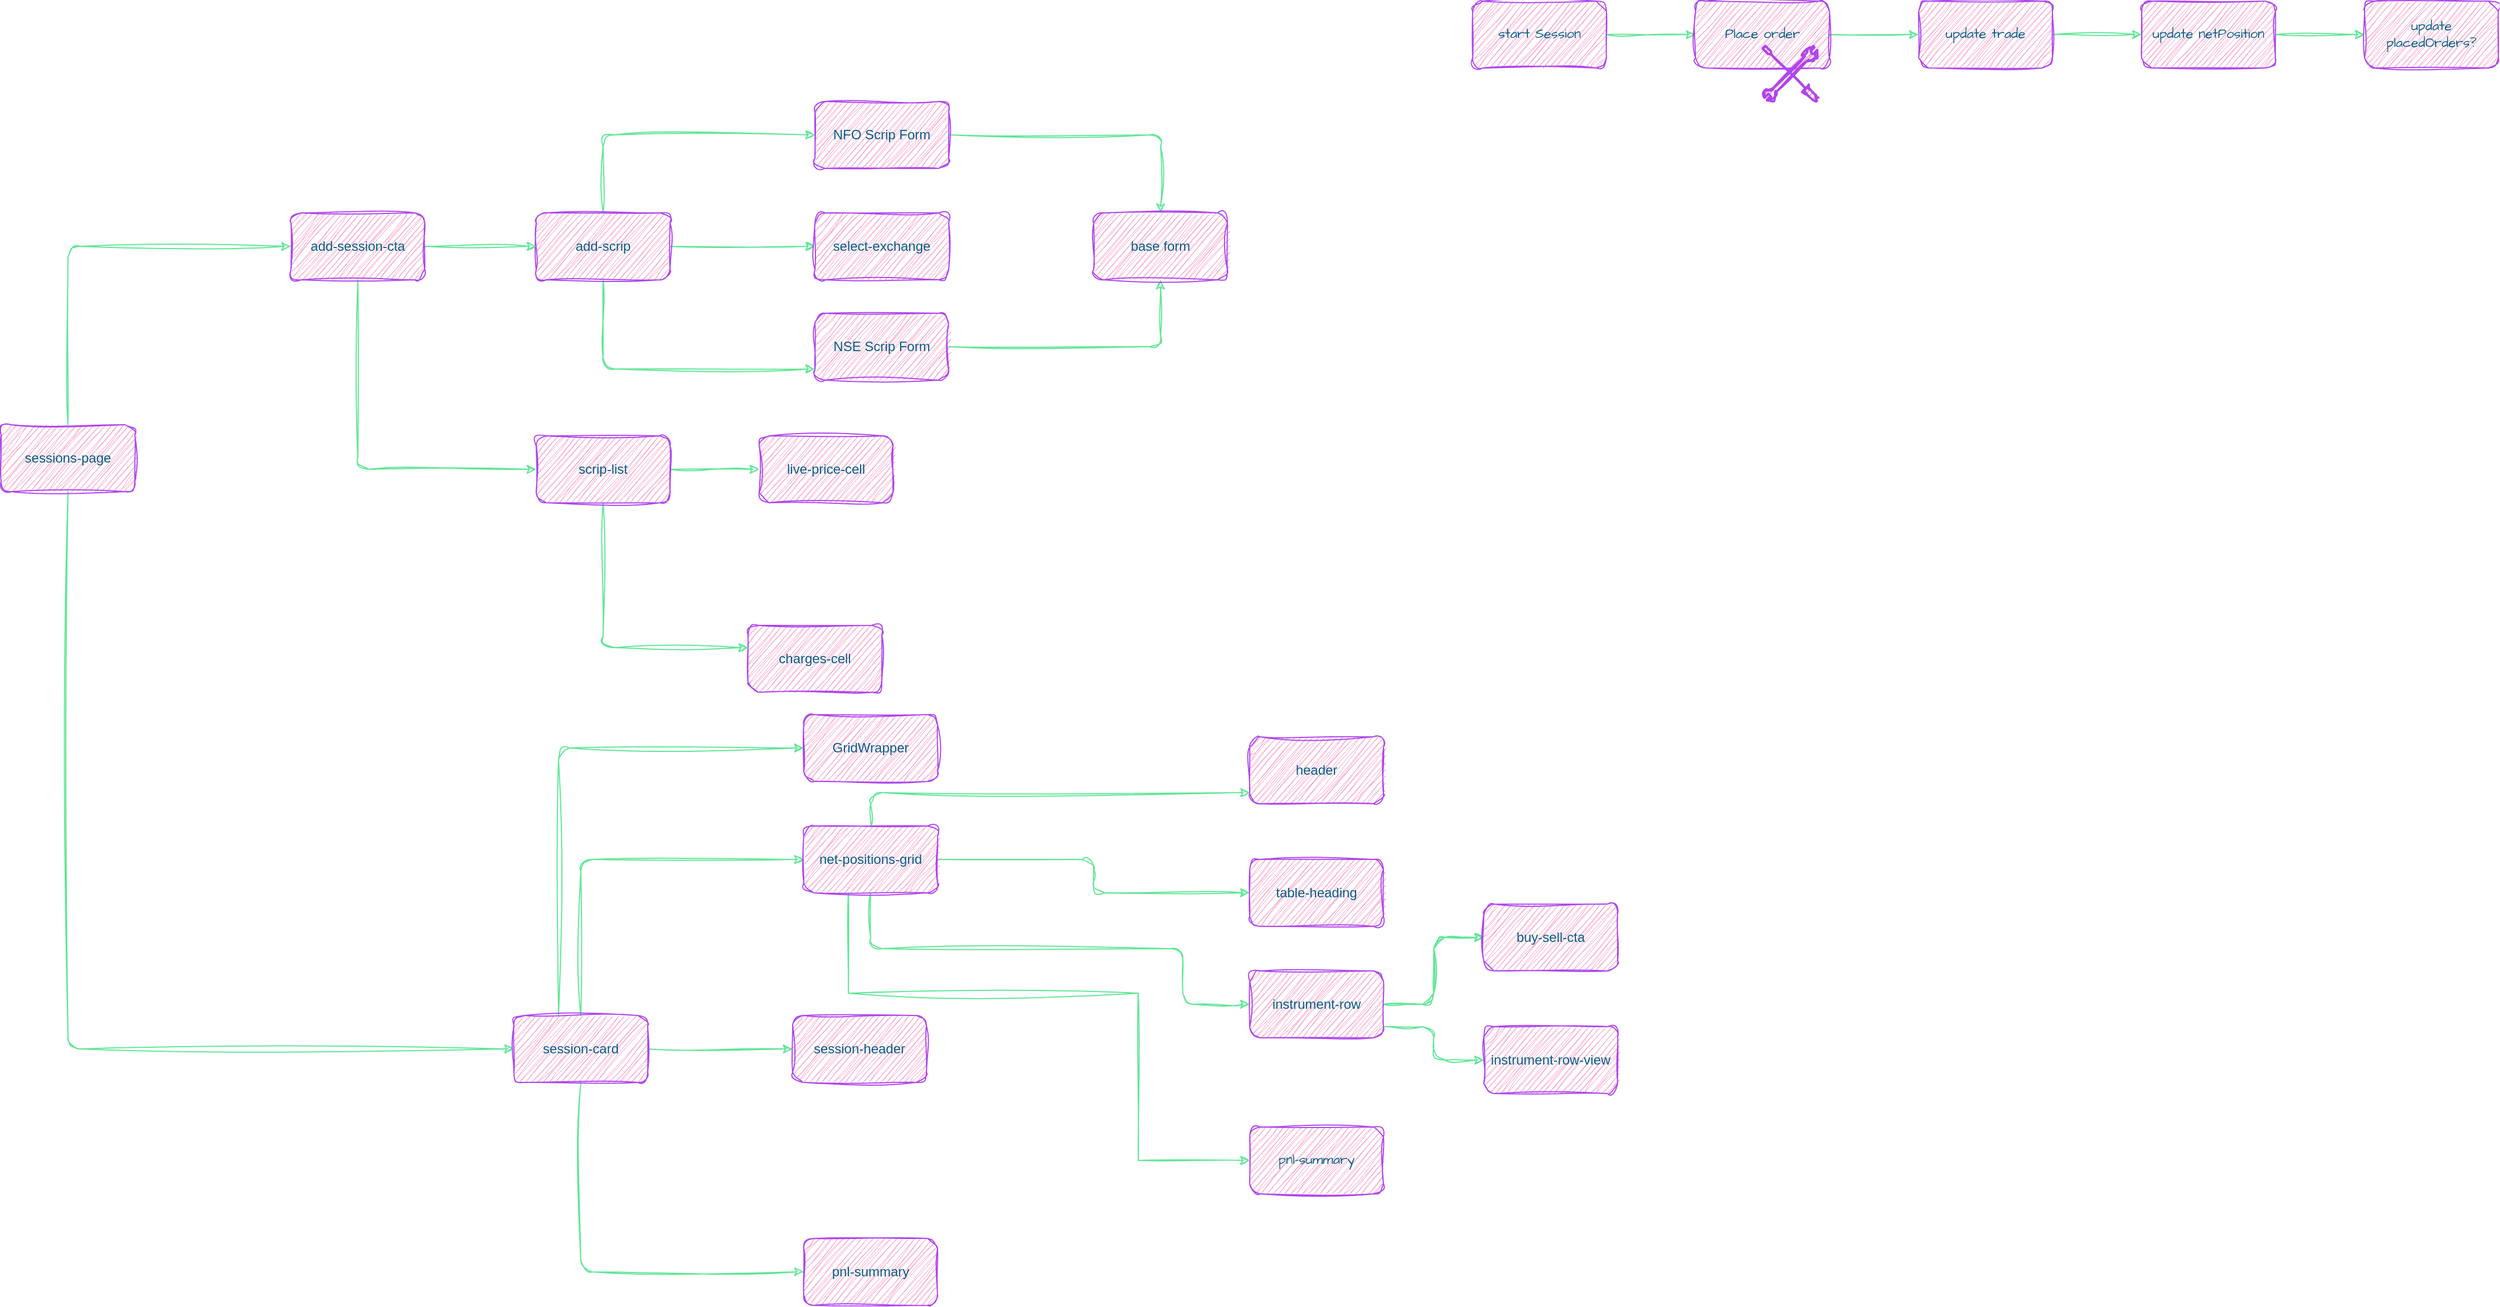
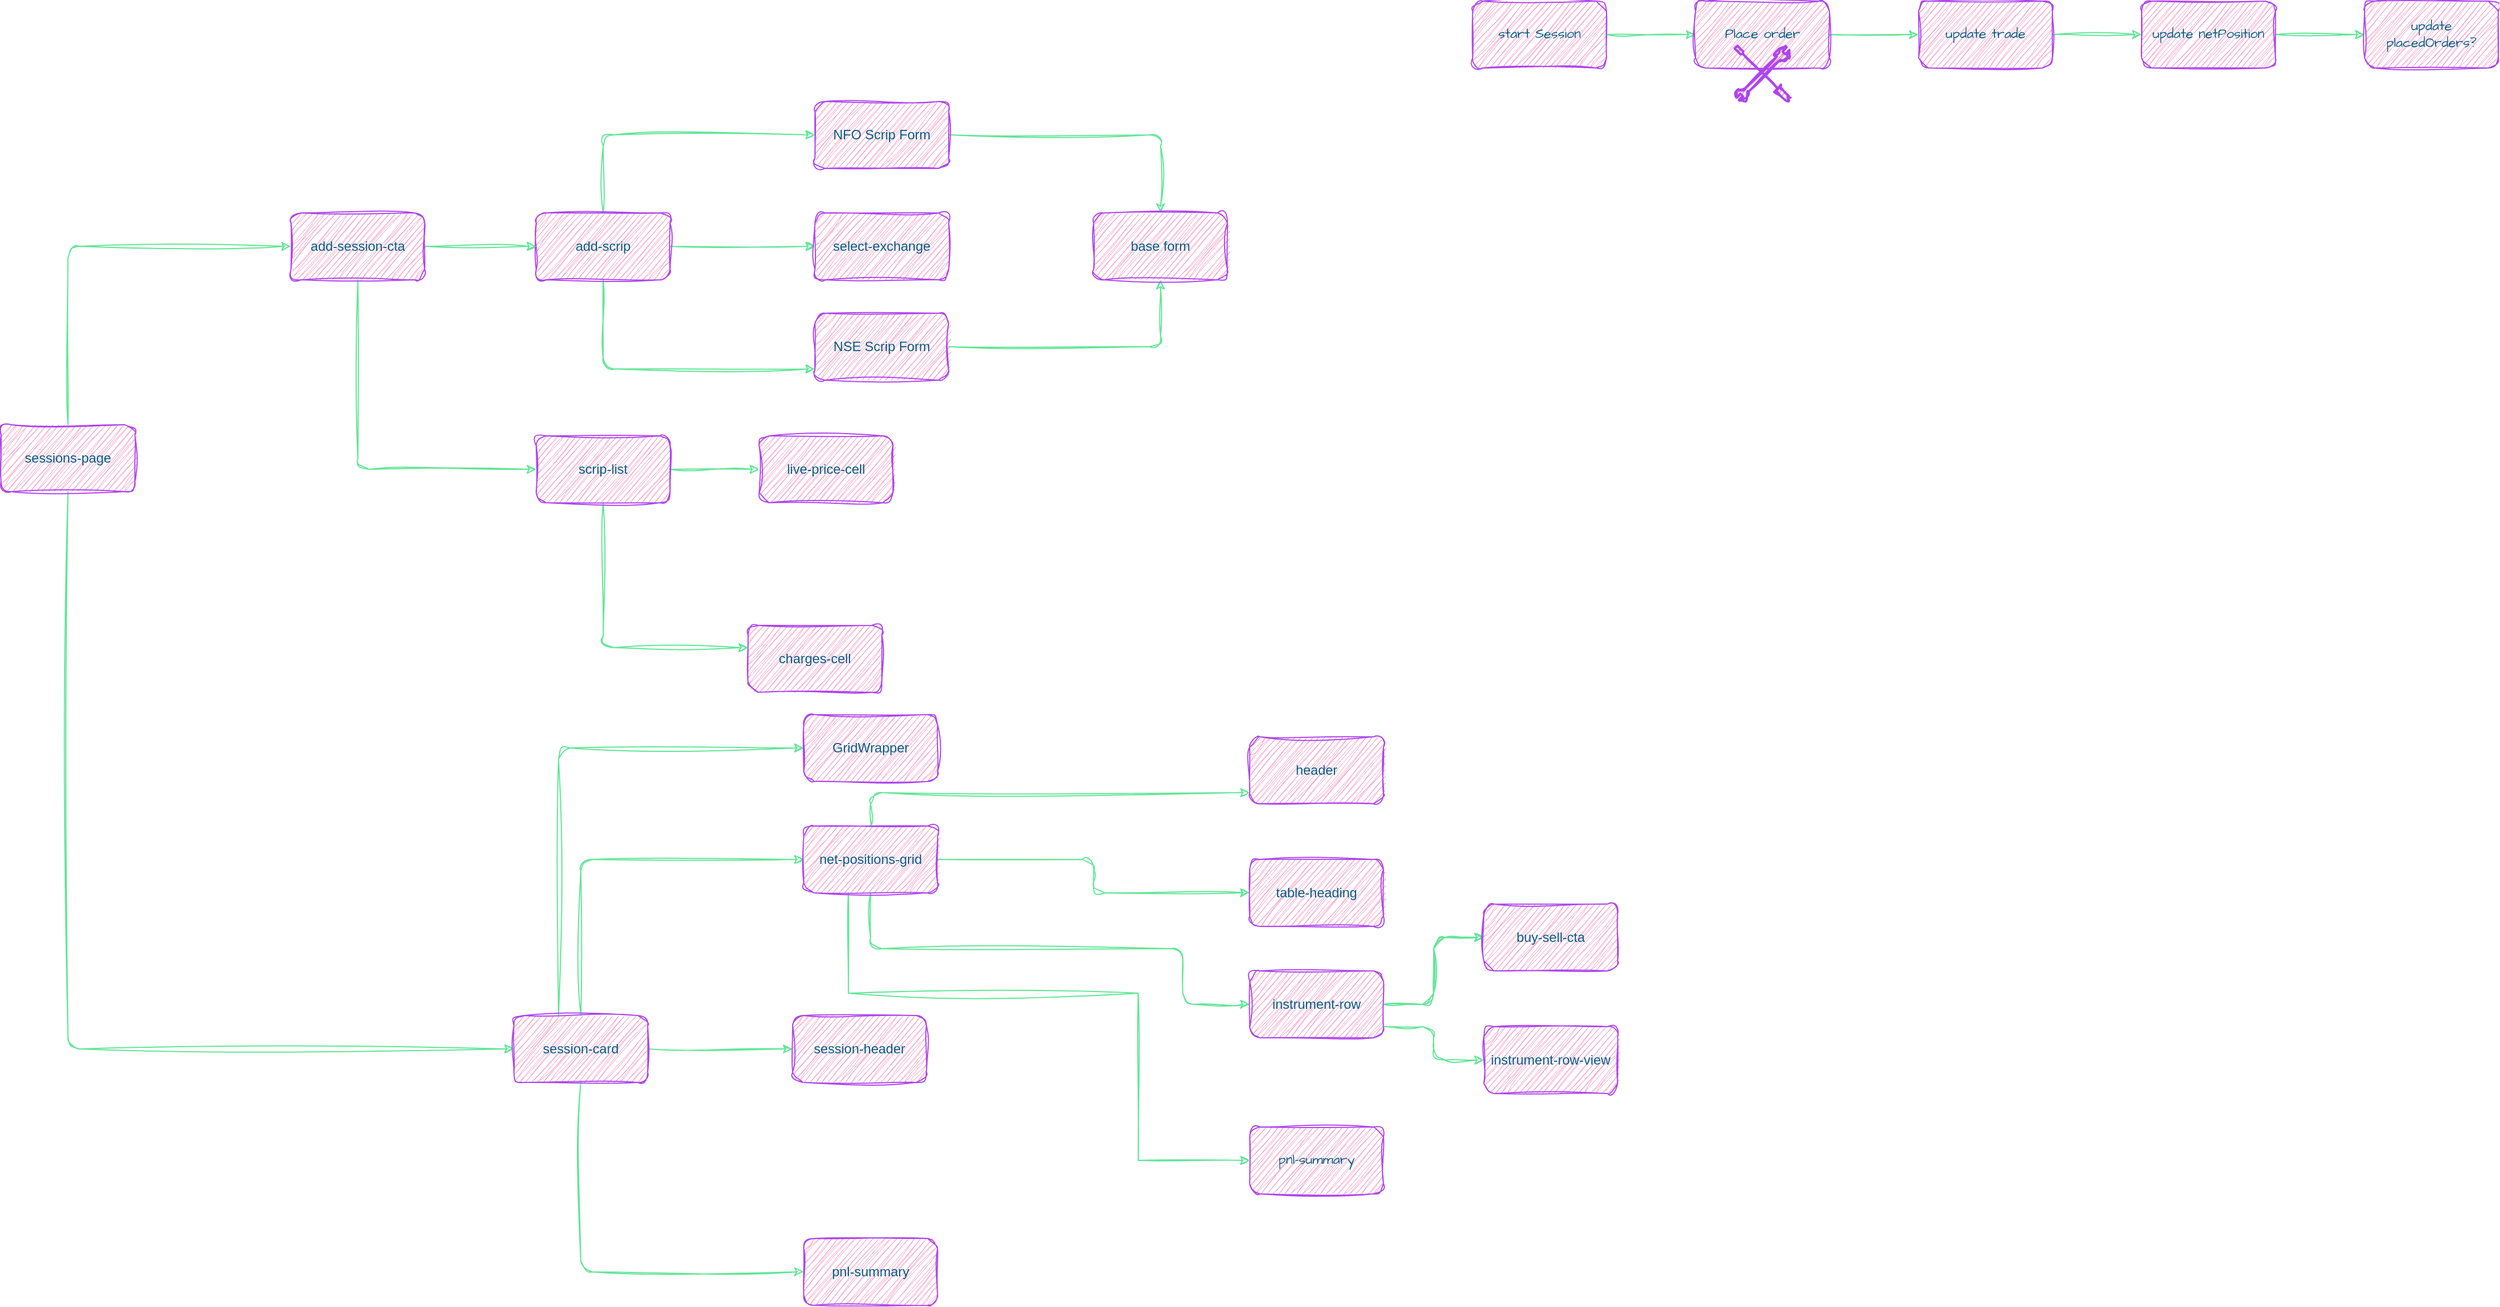
<mxfile host="app.diagrams.net" pages="5">
  <diagram id="wPQbEJP3DVO_ncDqMHqx" name="Sessions Page">
    <mxGraphModel dx="2395" dy="1443" grid="1" gridSize="10" guides="1" tooltips="1" connect="1" arrows="1" fold="1" page="0" pageScale="1" pageWidth="402" pageHeight="874" math="0" shadow="0">
      <root>
        <mxCell id="0" />
        <mxCell id="1" parent="0" />
        <mxCell id="DB1AKVm6qyutKQlFYAWD-6" edge="1" parent="1" source="DB1AKVm6qyutKQlFYAWD-1" style="edgeStyle=orthogonalEdgeStyle;rounded=1;orthogonalLoop=1;jettySize=auto;html=1;sketch=1;curveFitting=1;jiggle=2;labelBackgroundColor=none;fontColor=default;strokeColor=#60E696;" target="DB1AKVm6qyutKQlFYAWD-5" value="">
          <mxGeometry relative="1" as="geometry" />
        </mxCell>
        <mxCell id="DB1AKVm6qyutKQlFYAWD-8" edge="1" parent="1" source="DB1AKVm6qyutKQlFYAWD-1" style="edgeStyle=orthogonalEdgeStyle;rounded=1;orthogonalLoop=1;jettySize=auto;html=1;sketch=1;curveFitting=1;jiggle=2;labelBackgroundColor=none;fontColor=default;strokeColor=#60E696;" target="DB1AKVm6qyutKQlFYAWD-7" value="">
          <mxGeometry relative="1" as="geometry">
            <Array as="points">
              <mxPoint x="120" y="270" />
            </Array>
          </mxGeometry>
        </mxCell>
        <mxCell id="DB1AKVm6qyutKQlFYAWD-10" edge="1" parent="1" source="DB1AKVm6qyutKQlFYAWD-1" style="edgeStyle=orthogonalEdgeStyle;rounded=1;orthogonalLoop=1;jettySize=auto;html=1;sketch=1;curveFitting=1;jiggle=2;labelBackgroundColor=none;fontColor=default;strokeColor=#60E696;" target="DB1AKVm6qyutKQlFYAWD-9" value="">
          <mxGeometry relative="1" as="geometry">
            <Array as="points">
              <mxPoint x="120" y="60" />
            </Array>
          </mxGeometry>
        </mxCell>
        <mxCell id="DB1AKVm6qyutKQlFYAWD-1" parent="1" style="rounded=1;whiteSpace=wrap;html=1;sketch=1;curveFitting=1;jiggle=2;labelBackgroundColor=none;fillColor=#F694C1;strokeColor=#AF45ED;fontColor=#095C86;" value="add-scrip" vertex="1">
          <mxGeometry height="60" width="120" x="60" y="130" as="geometry" />
        </mxCell>
        <mxCell id="DB1AKVm6qyutKQlFYAWD-4" edge="1" parent="1" source="DB1AKVm6qyutKQlFYAWD-3" style="edgeStyle=orthogonalEdgeStyle;rounded=1;orthogonalLoop=1;jettySize=auto;html=1;sketch=1;curveFitting=1;jiggle=2;labelBackgroundColor=none;fontColor=default;strokeColor=#60E696;" target="DB1AKVm6qyutKQlFYAWD-1" value="">
          <mxGeometry relative="1" as="geometry" />
        </mxCell>
        <mxCell id="DB1AKVm6qyutKQlFYAWD-12" edge="1" parent="1" source="DB1AKVm6qyutKQlFYAWD-3" style="edgeStyle=orthogonalEdgeStyle;rounded=1;orthogonalLoop=1;jettySize=auto;html=1;sketch=1;curveFitting=1;jiggle=2;labelBackgroundColor=none;fontColor=default;strokeColor=#60E696;" target="DB1AKVm6qyutKQlFYAWD-11" value="">
          <mxGeometry relative="1" as="geometry">
            <Array as="points">
              <mxPoint x="-100" y="360" />
            </Array>
          </mxGeometry>
        </mxCell>
        <mxCell id="DB1AKVm6qyutKQlFYAWD-3" parent="1" style="rounded=1;whiteSpace=wrap;html=1;sketch=1;curveFitting=1;jiggle=2;labelBackgroundColor=none;fillColor=#F694C1;strokeColor=#AF45ED;fontColor=#095C86;" value="add-session-cta" vertex="1">
          <mxGeometry height="60" width="120" x="-160" y="130" as="geometry" />
        </mxCell>
        <mxCell id="DB1AKVm6qyutKQlFYAWD-5" parent="1" style="whiteSpace=wrap;html=1;rounded=1;sketch=1;curveFitting=1;jiggle=2;labelBackgroundColor=none;fillColor=#F694C1;strokeColor=#AF45ED;fontColor=#095C86;" value="select-exchange" vertex="1">
          <mxGeometry height="60" width="120" x="310" y="130" as="geometry" />
        </mxCell>
        <mxCell id="ouMAoqMrmdJ_XqpmxOQB-3" edge="1" parent="1" source="DB1AKVm6qyutKQlFYAWD-7" style="edgeStyle=orthogonalEdgeStyle;rounded=1;sketch=1;hachureGap=4;jiggle=2;curveFitting=1;orthogonalLoop=1;jettySize=auto;html=1;fontFamily=Architects Daughter;fontSource=https%3A%2F%2Ffonts.googleapis.com%2Fcss%3Ffamily%3DArchitects%2BDaughter;labelBackgroundColor=none;fontColor=default;strokeColor=#60E696;" target="ouMAoqMrmdJ_XqpmxOQB-1">
          <mxGeometry relative="1" as="geometry" />
        </mxCell>
        <mxCell id="DB1AKVm6qyutKQlFYAWD-7" parent="1" style="whiteSpace=wrap;html=1;rounded=1;sketch=1;curveFitting=1;jiggle=2;labelBackgroundColor=none;fillColor=#F694C1;strokeColor=#AF45ED;fontColor=#095C86;" value="NSE Scrip Form" vertex="1">
          <mxGeometry height="60" width="120" x="310" y="220" as="geometry" />
        </mxCell>
        <mxCell id="ouMAoqMrmdJ_XqpmxOQB-2" edge="1" parent="1" source="DB1AKVm6qyutKQlFYAWD-9" style="edgeStyle=orthogonalEdgeStyle;rounded=1;sketch=1;hachureGap=4;jiggle=2;curveFitting=1;orthogonalLoop=1;jettySize=auto;html=1;fontFamily=Architects Daughter;fontSource=https%3A%2F%2Ffonts.googleapis.com%2Fcss%3Ffamily%3DArchitects%2BDaughter;labelBackgroundColor=none;fontColor=default;strokeColor=#60E696;" target="ouMAoqMrmdJ_XqpmxOQB-1" value="">
          <mxGeometry relative="1" as="geometry" />
        </mxCell>
        <mxCell id="DB1AKVm6qyutKQlFYAWD-9" parent="1" style="whiteSpace=wrap;html=1;rounded=1;sketch=1;curveFitting=1;jiggle=2;labelBackgroundColor=none;fillColor=#F694C1;strokeColor=#AF45ED;fontColor=#095C86;" value="NFO Scrip Form" vertex="1">
          <mxGeometry height="60" width="120" x="310" y="30" as="geometry" />
        </mxCell>
        <mxCell id="ouMAoqMrmdJ_XqpmxOQB-15" edge="1" parent="1" source="DB1AKVm6qyutKQlFYAWD-11" style="edgeStyle=orthogonalEdgeStyle;rounded=1;sketch=1;hachureGap=4;jiggle=2;curveFitting=1;orthogonalLoop=1;jettySize=auto;html=1;fontFamily=Architects Daughter;fontSource=https%3A%2F%2Ffonts.googleapis.com%2Fcss%3Ffamily%3DArchitects%2BDaughter;labelBackgroundColor=none;fontColor=default;strokeColor=#60E696;" target="ouMAoqMrmdJ_XqpmxOQB-14" value="">
          <mxGeometry relative="1" as="geometry" />
        </mxCell>
        <mxCell id="ouMAoqMrmdJ_XqpmxOQB-17" edge="1" parent="1" source="DB1AKVm6qyutKQlFYAWD-11" style="edgeStyle=orthogonalEdgeStyle;rounded=1;sketch=1;hachureGap=4;jiggle=2;curveFitting=1;orthogonalLoop=1;jettySize=auto;html=1;fontFamily=Architects Daughter;fontSource=https%3A%2F%2Ffonts.googleapis.com%2Fcss%3Ffamily%3DArchitects%2BDaughter;labelBackgroundColor=none;fontColor=default;strokeColor=#60E696;" target="ouMAoqMrmdJ_XqpmxOQB-16" value="">
          <mxGeometry relative="1" as="geometry">
            <Array as="points">
              <mxPoint x="120" y="520" />
            </Array>
          </mxGeometry>
        </mxCell>
        <mxCell id="DB1AKVm6qyutKQlFYAWD-11" parent="1" style="whiteSpace=wrap;html=1;rounded=1;sketch=1;curveFitting=1;jiggle=2;labelBackgroundColor=none;fillColor=#F694C1;strokeColor=#AF45ED;fontColor=#095C86;" value="scrip-list" vertex="1">
          <mxGeometry height="60" width="120" x="60" y="330" as="geometry" />
        </mxCell>
        <mxCell id="DB1AKVm6qyutKQlFYAWD-15" edge="1" parent="1" source="DB1AKVm6qyutKQlFYAWD-14" style="edgeStyle=orthogonalEdgeStyle;rounded=1;sketch=1;hachureGap=4;jiggle=2;curveFitting=1;orthogonalLoop=1;jettySize=auto;html=1;entryX=0;entryY=0.5;entryDx=0;entryDy=0;fontFamily=Architects Daughter;fontSource=https%3A%2F%2Ffonts.googleapis.com%2Fcss%3Ffamily%3DArchitects%2BDaughter;fontColor=default;labelBackgroundColor=none;strokeColor=#60E696;" target="DB1AKVm6qyutKQlFYAWD-3">
          <mxGeometry relative="1" as="geometry">
            <Array as="points">
              <mxPoint x="-360" y="160" />
            </Array>
          </mxGeometry>
        </mxCell>
        <mxCell id="ouMAoqMrmdJ_XqpmxOQB-28" edge="1" parent="1" source="DB1AKVm6qyutKQlFYAWD-14" style="edgeStyle=orthogonalEdgeStyle;rounded=1;sketch=1;hachureGap=4;jiggle=2;curveFitting=1;orthogonalLoop=1;jettySize=auto;html=1;entryX=0;entryY=0.5;entryDx=0;entryDy=0;fontFamily=Architects Daughter;fontSource=https%3A%2F%2Ffonts.googleapis.com%2Fcss%3Ffamily%3DArchitects%2BDaughter;labelBackgroundColor=none;fontColor=default;strokeColor=#60E696;" target="ouMAoqMrmdJ_XqpmxOQB-19">
          <mxGeometry relative="1" as="geometry">
            <Array as="points">
              <mxPoint x="-360" y="880" />
            </Array>
          </mxGeometry>
        </mxCell>
        <mxCell id="DB1AKVm6qyutKQlFYAWD-14" parent="1" style="rounded=1;whiteSpace=wrap;html=1;sketch=1;curveFitting=1;jiggle=2;labelBackgroundColor=none;fillColor=#F694C1;strokeColor=#AF45ED;fontColor=#095C86;" value="sessions-page" vertex="1">
          <mxGeometry height="60" width="120" x="-420" y="320" as="geometry" />
        </mxCell>
        <mxCell id="ouMAoqMrmdJ_XqpmxOQB-1" parent="1" style="whiteSpace=wrap;html=1;rounded=1;sketch=1;curveFitting=1;jiggle=2;labelBackgroundColor=none;fillColor=#F694C1;strokeColor=#AF45ED;fontColor=#095C86;" value="base form" vertex="1">
          <mxGeometry height="60" width="120" x="560" y="130" as="geometry" />
        </mxCell>
        <mxCell id="ouMAoqMrmdJ_XqpmxOQB-6" edge="1" parent="1" source="ouMAoqMrmdJ_XqpmxOQB-4" style="edgeStyle=orthogonalEdgeStyle;rounded=1;sketch=1;hachureGap=4;jiggle=2;curveFitting=1;orthogonalLoop=1;jettySize=auto;html=1;fontFamily=Architects Daughter;fontSource=https%3A%2F%2Ffonts.googleapis.com%2Fcss%3Ffamily%3DArchitects%2BDaughter;labelBackgroundColor=none;fontColor=default;strokeColor=#60E696;" target="ouMAoqMrmdJ_XqpmxOQB-5" value="">
          <mxGeometry relative="1" as="geometry" />
        </mxCell>
        <mxCell id="ouMAoqMrmdJ_XqpmxOQB-4" parent="1" style="whiteSpace=wrap;html=1;sketch=1;hachureGap=4;jiggle=2;curveFitting=1;fontFamily=Architects Daughter;fontSource=https%3A%2F%2Ffonts.googleapis.com%2Fcss%3Ffamily%3DArchitects%2BDaughter;labelBackgroundColor=none;rounded=1;fillColor=#F694C1;strokeColor=#AF45ED;fontColor=#095C86;" value="start Session" vertex="1">
          <mxGeometry height="60" width="120" x="900" y="-60" as="geometry" />
        </mxCell>
        <mxCell id="ouMAoqMrmdJ_XqpmxOQB-8" edge="1" parent="1" source="ouMAoqMrmdJ_XqpmxOQB-5" style="edgeStyle=orthogonalEdgeStyle;rounded=1;sketch=1;hachureGap=4;jiggle=2;curveFitting=1;orthogonalLoop=1;jettySize=auto;html=1;fontFamily=Architects Daughter;fontSource=https%3A%2F%2Ffonts.googleapis.com%2Fcss%3Ffamily%3DArchitects%2BDaughter;labelBackgroundColor=none;fontColor=default;strokeColor=#60E696;" target="ouMAoqMrmdJ_XqpmxOQB-7" value="">
          <mxGeometry relative="1" as="geometry" />
        </mxCell>
        <mxCell id="ouMAoqMrmdJ_XqpmxOQB-5" parent="1" style="whiteSpace=wrap;html=1;fontFamily=Architects Daughter;sketch=1;hachureGap=4;jiggle=2;curveFitting=1;fontSource=https%3A%2F%2Ffonts.googleapis.com%2Fcss%3Ffamily%3DArchitects%2BDaughter;labelBackgroundColor=none;rounded=1;fillColor=#F694C1;strokeColor=#AF45ED;fontColor=#095C86;" value="Place order" vertex="1">
          <mxGeometry height="60" width="120" x="1100" y="-60" as="geometry" />
        </mxCell>
        <mxCell id="ouMAoqMrmdJ_XqpmxOQB-10" edge="1" parent="1" source="ouMAoqMrmdJ_XqpmxOQB-7" style="edgeStyle=orthogonalEdgeStyle;rounded=1;sketch=1;hachureGap=4;jiggle=2;curveFitting=1;orthogonalLoop=1;jettySize=auto;html=1;fontFamily=Architects Daughter;fontSource=https%3A%2F%2Ffonts.googleapis.com%2Fcss%3Ffamily%3DArchitects%2BDaughter;labelBackgroundColor=none;fontColor=default;strokeColor=#60E696;" target="ouMAoqMrmdJ_XqpmxOQB-9" value="">
          <mxGeometry relative="1" as="geometry" />
        </mxCell>
        <mxCell id="ouMAoqMrmdJ_XqpmxOQB-7" parent="1" style="whiteSpace=wrap;html=1;fontFamily=Architects Daughter;sketch=1;hachureGap=4;jiggle=2;curveFitting=1;fontSource=https%3A%2F%2Ffonts.googleapis.com%2Fcss%3Ffamily%3DArchitects%2BDaughter;labelBackgroundColor=none;rounded=1;fillColor=#F694C1;strokeColor=#AF45ED;fontColor=#095C86;" value="update trade" vertex="1">
          <mxGeometry height="60" width="120" x="1300" y="-60" as="geometry" />
        </mxCell>
        <mxCell id="ouMAoqMrmdJ_XqpmxOQB-12" edge="1" parent="1" source="ouMAoqMrmdJ_XqpmxOQB-9" style="edgeStyle=orthogonalEdgeStyle;rounded=1;sketch=1;hachureGap=4;jiggle=2;curveFitting=1;orthogonalLoop=1;jettySize=auto;html=1;fontFamily=Architects Daughter;fontSource=https%3A%2F%2Ffonts.googleapis.com%2Fcss%3Ffamily%3DArchitects%2BDaughter;labelBackgroundColor=none;fontColor=default;strokeColor=#60E696;" target="ouMAoqMrmdJ_XqpmxOQB-11" value="">
          <mxGeometry relative="1" as="geometry" />
        </mxCell>
        <mxCell id="ouMAoqMrmdJ_XqpmxOQB-9" parent="1" style="whiteSpace=wrap;html=1;fontFamily=Architects Daughter;sketch=1;hachureGap=4;jiggle=2;curveFitting=1;fontSource=https%3A%2F%2Ffonts.googleapis.com%2Fcss%3Ffamily%3DArchitects%2BDaughter;labelBackgroundColor=none;rounded=1;fillColor=#F694C1;strokeColor=#AF45ED;fontColor=#095C86;" value="update netPosition" vertex="1">
          <mxGeometry height="60" width="120" x="1500" y="-60" as="geometry" />
        </mxCell>
        <mxCell id="ouMAoqMrmdJ_XqpmxOQB-11" parent="1" style="whiteSpace=wrap;html=1;fontFamily=Architects Daughter;sketch=1;hachureGap=4;jiggle=2;curveFitting=1;fontSource=https%3A%2F%2Ffonts.googleapis.com%2Fcss%3Ffamily%3DArchitects%2BDaughter;labelBackgroundColor=none;rounded=1;fillColor=#F694C1;strokeColor=#AF45ED;fontColor=#095C86;" value="update placedOrders?" vertex="1">
          <mxGeometry height="60" width="120" x="1700" y="-60" as="geometry" />
        </mxCell>
        <mxCell id="ouMAoqMrmdJ_XqpmxOQB-13" parent="1" style="html=1;verticalLabelPosition=bottom;align=center;labelBackgroundColor=none;verticalAlign=top;strokeWidth=2;shadow=0;dashed=0;shape=mxgraph.ios7.icons.tools;pointerEvents=1;sketch=1;hachureGap=4;jiggle=2;curveFitting=1;fontFamily=Architects Daughter;fontSource=https%3A%2F%2Ffonts.googleapis.com%2Fcss%3Ffamily%3DArchitects%2BDaughter;rounded=1;fillColor=#F694C1;strokeColor=#AF45ED;fontColor=#095C86;" value="" vertex="1">
-           <mxGeometry height="50" width="50" x="1160" y="-20" as="geometry" />
+           <mxGeometry height="50" width="50" x="1135" y="-20" as="geometry" />
        </mxCell>
        <mxCell id="ouMAoqMrmdJ_XqpmxOQB-14" parent="1" style="whiteSpace=wrap;html=1;rounded=1;sketch=1;curveFitting=1;jiggle=2;labelBackgroundColor=none;fillColor=#F694C1;strokeColor=#AF45ED;fontColor=#095C86;" value="live-price-cell" vertex="1">
          <mxGeometry height="60" width="120" x="260" y="330" as="geometry" />
        </mxCell>
        <mxCell id="ouMAoqMrmdJ_XqpmxOQB-16" parent="1" style="whiteSpace=wrap;html=1;rounded=1;sketch=1;curveFitting=1;jiggle=2;labelBackgroundColor=none;fillColor=#F694C1;strokeColor=#AF45ED;fontColor=#095C86;" value="charges-cell" vertex="1">
          <mxGeometry height="60" width="120" x="250" y="500" as="geometry" />
        </mxCell>
        <mxCell id="ouMAoqMrmdJ_XqpmxOQB-22" edge="1" parent="1" source="ouMAoqMrmdJ_XqpmxOQB-19" style="edgeStyle=orthogonalEdgeStyle;rounded=1;sketch=1;hachureGap=4;jiggle=2;curveFitting=1;orthogonalLoop=1;jettySize=auto;html=1;fontFamily=Architects Daughter;fontSource=https%3A%2F%2Ffonts.googleapis.com%2Fcss%3Ffamily%3DArchitects%2BDaughter;labelBackgroundColor=none;fontColor=default;strokeColor=#60E696;" target="ouMAoqMrmdJ_XqpmxOQB-21" value="">
          <mxGeometry relative="1" as="geometry" />
        </mxCell>
        <mxCell id="ouMAoqMrmdJ_XqpmxOQB-25" edge="1" parent="1" source="ouMAoqMrmdJ_XqpmxOQB-19" style="edgeStyle=orthogonalEdgeStyle;rounded=1;sketch=1;hachureGap=4;jiggle=2;curveFitting=1;orthogonalLoop=1;jettySize=auto;html=1;entryX=0;entryY=0.5;entryDx=0;entryDy=0;fontFamily=Architects Daughter;fontSource=https%3A%2F%2Ffonts.googleapis.com%2Fcss%3Ffamily%3DArchitects%2BDaughter;labelBackgroundColor=none;fontColor=default;strokeColor=#60E696;" target="ouMAoqMrmdJ_XqpmxOQB-23">
          <mxGeometry relative="1" as="geometry">
            <Array as="points">
              <mxPoint x="100" y="710" />
            </Array>
          </mxGeometry>
        </mxCell>
        <mxCell id="ouMAoqMrmdJ_XqpmxOQB-27" edge="1" parent="1" source="ouMAoqMrmdJ_XqpmxOQB-19" style="edgeStyle=orthogonalEdgeStyle;rounded=1;sketch=1;hachureGap=4;jiggle=2;curveFitting=1;orthogonalLoop=1;jettySize=auto;html=1;fontFamily=Architects Daughter;fontSource=https%3A%2F%2Ffonts.googleapis.com%2Fcss%3Ffamily%3DArchitects%2BDaughter;labelBackgroundColor=none;fontColor=default;strokeColor=#60E696;" target="ouMAoqMrmdJ_XqpmxOQB-26" value="">
          <mxGeometry relative="1" as="geometry">
            <Array as="points">
              <mxPoint x="100" y="1080" />
            </Array>
          </mxGeometry>
        </mxCell>
        <mxCell id="ouMAoqMrmdJ_XqpmxOQB-30" edge="1" parent="1" source="ouMAoqMrmdJ_XqpmxOQB-19" style="edgeStyle=orthogonalEdgeStyle;rounded=1;sketch=1;hachureGap=4;jiggle=2;curveFitting=1;orthogonalLoop=1;jettySize=auto;html=1;fontFamily=Architects Daughter;fontSource=https%3A%2F%2Ffonts.googleapis.com%2Fcss%3Ffamily%3DArchitects%2BDaughter;fontColor=default;labelBackgroundColor=none;strokeColor=#60E696;" target="ouMAoqMrmdJ_XqpmxOQB-29" value="">
          <mxGeometry relative="1" as="geometry">
            <Array as="points">
              <mxPoint x="80" y="610" />
            </Array>
          </mxGeometry>
        </mxCell>
        <mxCell id="ouMAoqMrmdJ_XqpmxOQB-19" parent="1" style="whiteSpace=wrap;html=1;rounded=1;sketch=1;curveFitting=1;jiggle=2;labelBackgroundColor=none;fillColor=#F694C1;strokeColor=#AF45ED;fontColor=#095C86;" value="session-card" vertex="1">
          <mxGeometry height="60" width="120" x="40" y="850" as="geometry" />
        </mxCell>
        <mxCell id="ouMAoqMrmdJ_XqpmxOQB-21" parent="1" style="whiteSpace=wrap;html=1;rounded=1;sketch=1;curveFitting=1;jiggle=2;labelBackgroundColor=none;fillColor=#F694C1;strokeColor=#AF45ED;fontColor=#095C86;" value="session-header" vertex="1">
          <mxGeometry height="60" width="120" x="290" y="850" as="geometry" />
        </mxCell>
        <mxCell id="ouMAoqMrmdJ_XqpmxOQB-32" edge="1" parent="1" source="ouMAoqMrmdJ_XqpmxOQB-23" style="edgeStyle=orthogonalEdgeStyle;rounded=1;sketch=1;hachureGap=4;jiggle=2;curveFitting=1;orthogonalLoop=1;jettySize=auto;html=1;fontFamily=Architects Daughter;fontSource=https%3A%2F%2Ffonts.googleapis.com%2Fcss%3Ffamily%3DArchitects%2BDaughter;fontColor=default;labelBackgroundColor=none;strokeColor=#60E696;" target="ouMAoqMrmdJ_XqpmxOQB-31" value="">
          <mxGeometry relative="1" as="geometry">
            <Array as="points">
              <mxPoint x="360" y="650" />
            </Array>
          </mxGeometry>
        </mxCell>
        <mxCell id="ouMAoqMrmdJ_XqpmxOQB-34" edge="1" parent="1" source="ouMAoqMrmdJ_XqpmxOQB-23" style="edgeStyle=orthogonalEdgeStyle;rounded=1;sketch=1;hachureGap=4;jiggle=2;curveFitting=1;orthogonalLoop=1;jettySize=auto;html=1;fontFamily=Architects Daughter;fontSource=https%3A%2F%2Ffonts.googleapis.com%2Fcss%3Ffamily%3DArchitects%2BDaughter;fontColor=default;labelBackgroundColor=none;strokeColor=#60E696;" target="ouMAoqMrmdJ_XqpmxOQB-33" value="">
          <mxGeometry relative="1" as="geometry" />
        </mxCell>
        <mxCell id="ouMAoqMrmdJ_XqpmxOQB-38" edge="1" parent="1" source="ouMAoqMrmdJ_XqpmxOQB-23" style="edgeStyle=orthogonalEdgeStyle;rounded=1;sketch=1;hachureGap=4;jiggle=2;curveFitting=1;orthogonalLoop=1;jettySize=auto;html=1;fontFamily=Architects Daughter;fontSource=https%3A%2F%2Ffonts.googleapis.com%2Fcss%3Ffamily%3DArchitects%2BDaughter;fontColor=default;labelBackgroundColor=none;strokeColor=#60E696;" target="ouMAoqMrmdJ_XqpmxOQB-37" value="">
          <mxGeometry relative="1" as="geometry">
            <Array as="points">
              <mxPoint x="360" y="790" />
              <mxPoint x="640" y="790" />
            </Array>
          </mxGeometry>
        </mxCell>
        <mxCell id="eX8Cx5BNWnft2gzvnQZb-2" edge="1" parent="1" source="ouMAoqMrmdJ_XqpmxOQB-23" style="edgeStyle=orthogonalEdgeStyle;rounded=0;sketch=1;hachureGap=4;jiggle=2;curveFitting=1;orthogonalLoop=1;jettySize=auto;html=1;fontFamily=Architects Daughter;fontSource=https%3A%2F%2Ffonts.googleapis.com%2Fcss%3Ffamily%3DArchitects%2BDaughter;entryX=0;entryY=0.5;entryDx=0;entryDy=0;labelBackgroundColor=none;fontColor=default;strokeColor=#60E696;" target="eX8Cx5BNWnft2gzvnQZb-3">
          <mxGeometry relative="1" as="geometry">
            <Array as="points">
              <mxPoint x="340" y="830" />
              <mxPoint x="600" y="830" />
              <mxPoint x="600" y="980" />
            </Array>
            <mxPoint x="600" y="1010" as="targetPoint" />
          </mxGeometry>
        </mxCell>
        <mxCell id="ouMAoqMrmdJ_XqpmxOQB-23" parent="1" style="whiteSpace=wrap;html=1;rounded=1;sketch=1;curveFitting=1;jiggle=2;labelBackgroundColor=none;fillColor=#F694C1;strokeColor=#AF45ED;fontColor=#095C86;" value="net-positions-grid" vertex="1">
          <mxGeometry height="60" width="120" x="300" y="680" as="geometry" />
        </mxCell>
        <mxCell id="ouMAoqMrmdJ_XqpmxOQB-26" parent="1" style="whiteSpace=wrap;html=1;rounded=1;sketch=1;curveFitting=1;jiggle=2;labelBackgroundColor=none;fillColor=#F694C1;strokeColor=#AF45ED;fontColor=#095C86;" value="pnl-summary" vertex="1">
          <mxGeometry height="60" width="120" x="300" y="1050" as="geometry" />
        </mxCell>
        <mxCell id="ouMAoqMrmdJ_XqpmxOQB-29" parent="1" style="whiteSpace=wrap;html=1;rounded=1;sketch=1;curveFitting=1;jiggle=2;labelBackgroundColor=none;fillColor=#F694C1;strokeColor=#AF45ED;fontColor=#095C86;" value="GridWrapper" vertex="1">
          <mxGeometry height="60" width="120" x="300" y="580" as="geometry" />
        </mxCell>
        <mxCell id="ouMAoqMrmdJ_XqpmxOQB-31" parent="1" style="whiteSpace=wrap;html=1;rounded=1;sketch=1;curveFitting=1;jiggle=2;labelBackgroundColor=none;fillColor=#F694C1;strokeColor=#AF45ED;fontColor=#095C86;" value="header" vertex="1">
          <mxGeometry height="60" width="120" x="700" y="600" as="geometry" />
        </mxCell>
        <mxCell id="ouMAoqMrmdJ_XqpmxOQB-33" parent="1" style="whiteSpace=wrap;html=1;rounded=1;sketch=1;curveFitting=1;jiggle=2;labelBackgroundColor=none;fillColor=#F694C1;strokeColor=#AF45ED;fontColor=#095C86;" value="table-heading" vertex="1">
          <mxGeometry height="60" width="120" x="700" y="710" as="geometry" />
        </mxCell>
        <mxCell id="ouMAoqMrmdJ_XqpmxOQB-40" edge="1" parent="1" source="ouMAoqMrmdJ_XqpmxOQB-37" style="edgeStyle=orthogonalEdgeStyle;rounded=1;sketch=1;hachureGap=4;jiggle=2;curveFitting=1;orthogonalLoop=1;jettySize=auto;html=1;fontFamily=Architects Daughter;fontSource=https%3A%2F%2Ffonts.googleapis.com%2Fcss%3Ffamily%3DArchitects%2BDaughter;fontColor=default;labelBackgroundColor=none;strokeColor=#60E696;" target="ouMAoqMrmdJ_XqpmxOQB-39" value="">
          <mxGeometry relative="1" as="geometry" />
        </mxCell>
        <mxCell id="ouMAoqMrmdJ_XqpmxOQB-41" edge="1" parent="1" source="ouMAoqMrmdJ_XqpmxOQB-37" style="edgeStyle=orthogonalEdgeStyle;rounded=1;sketch=1;hachureGap=4;jiggle=2;curveFitting=1;orthogonalLoop=1;jettySize=auto;html=1;fontFamily=Architects Daughter;fontSource=https%3A%2F%2Ffonts.googleapis.com%2Fcss%3Ffamily%3DArchitects%2BDaughter;fontColor=default;labelBackgroundColor=none;strokeColor=#60E696;" target="ouMAoqMrmdJ_XqpmxOQB-39" value="">
          <mxGeometry relative="1" as="geometry" />
        </mxCell>
        <mxCell id="ouMAoqMrmdJ_XqpmxOQB-43" edge="1" parent="1" source="ouMAoqMrmdJ_XqpmxOQB-37" style="edgeStyle=orthogonalEdgeStyle;rounded=1;sketch=1;hachureGap=4;jiggle=2;curveFitting=1;orthogonalLoop=1;jettySize=auto;html=1;fontFamily=Architects Daughter;fontSource=https%3A%2F%2Ffonts.googleapis.com%2Fcss%3Ffamily%3DArchitects%2BDaughter;fontColor=default;labelBackgroundColor=none;strokeColor=#60E696;" target="ouMAoqMrmdJ_XqpmxOQB-42" value="">
          <mxGeometry relative="1" as="geometry">
            <Array as="points">
              <mxPoint x="865" y="860" />
              <mxPoint x="865" y="890" />
            </Array>
          </mxGeometry>
        </mxCell>
        <mxCell id="ouMAoqMrmdJ_XqpmxOQB-37" parent="1" style="whiteSpace=wrap;html=1;rounded=1;sketch=1;curveFitting=1;jiggle=2;labelBackgroundColor=none;fillColor=#F694C1;strokeColor=#AF45ED;fontColor=#095C86;" value="instrument-row" vertex="1">
          <mxGeometry height="60" width="120" x="700" y="810" as="geometry" />
        </mxCell>
        <mxCell id="ouMAoqMrmdJ_XqpmxOQB-39" parent="1" style="whiteSpace=wrap;html=1;rounded=1;sketch=1;curveFitting=1;jiggle=2;labelBackgroundColor=none;fillColor=#F694C1;strokeColor=#AF45ED;fontColor=#095C86;" value="buy-sell-cta" vertex="1">
          <mxGeometry height="60" width="120" x="910" y="750" as="geometry" />
        </mxCell>
        <mxCell id="ouMAoqMrmdJ_XqpmxOQB-42" parent="1" style="whiteSpace=wrap;html=1;rounded=1;sketch=1;curveFitting=1;jiggle=2;labelBackgroundColor=none;fillColor=#F694C1;strokeColor=#AF45ED;fontColor=#095C86;" value="instrument-row-view" vertex="1">
          <mxGeometry height="60" width="120" x="910" y="860" as="geometry" />
        </mxCell>
        <mxCell id="eX8Cx5BNWnft2gzvnQZb-3" parent="1" style="rounded=1;whiteSpace=wrap;html=1;sketch=1;hachureGap=4;jiggle=2;curveFitting=1;fontFamily=Architects Daughter;fontSource=https%3A%2F%2Ffonts.googleapis.com%2Fcss%3Ffamily%3DArchitects%2BDaughter;labelBackgroundColor=none;fillColor=#F694C1;strokeColor=#AF45ED;fontColor=#095C86;" value="pnl-summary" vertex="1">
          <mxGeometry height="60" width="120" x="700" y="950" as="geometry" />
        </mxCell>
      </root>
    </mxGraphModel>
  </diagram>
  <diagram id="YVkBlKKJ4RNEtawBKbZk" name="Session">
    <mxGraphModel dx="1357" dy="626" grid="1" gridSize="10" guides="1" tooltips="1" connect="1" arrows="1" fold="1" page="0" pageScale="1" pageWidth="402" pageHeight="874" math="0" shadow="0">
      <root>
        <mxCell id="0" />
        <mxCell id="1" parent="0" />
        <mxCell id="b8iQl_XISdQ6rZ6kNcMQ-3" edge="1" parent="1" source="b8iQl_XISdQ6rZ6kNcMQ-1" style="edgeStyle=orthogonalEdgeStyle;rounded=0;orthogonalLoop=1;jettySize=auto;html=1;" target="b8iQl_XISdQ6rZ6kNcMQ-2" value="">
          <mxGeometry relative="1" as="geometry" />
        </mxCell>
        <mxCell id="b8iQl_XISdQ6rZ6kNcMQ-1" parent="1" style="rounded=1;whiteSpace=wrap;html=1;" value="start session" vertex="1">
          <mxGeometry height="60" width="120" x="-200" y="80" as="geometry" />
        </mxCell>
        <mxCell id="b8iQl_XISdQ6rZ6kNcMQ-5" edge="1" parent="1" source="b8iQl_XISdQ6rZ6kNcMQ-2" style="edgeStyle=orthogonalEdgeStyle;rounded=0;orthogonalLoop=1;jettySize=auto;html=1;" target="b8iQl_XISdQ6rZ6kNcMQ-4" value="">
          <mxGeometry relative="1" as="geometry" />
        </mxCell>
        <mxCell id="b8iQl_XISdQ6rZ6kNcMQ-2" parent="1" style="whiteSpace=wrap;html=1;rounded=1;" value="place orders&amp;nbsp;&lt;br&gt;(all or none)" vertex="1">
          <mxGeometry height="60" width="120" y="80" as="geometry" />
        </mxCell>
        <mxCell id="b8iQl_XISdQ6rZ6kNcMQ-7" edge="1" parent="1" source="b8iQl_XISdQ6rZ6kNcMQ-4" style="edgeStyle=orthogonalEdgeStyle;rounded=0;orthogonalLoop=1;jettySize=auto;html=1;" target="b8iQl_XISdQ6rZ6kNcMQ-6" value="">
          <mxGeometry relative="1" as="geometry" />
        </mxCell>
        <mxCell id="b8iQl_XISdQ6rZ6kNcMQ-4" parent="1" style="whiteSpace=wrap;html=1;rounded=1;" value="update margins" vertex="1">
          <mxGeometry height="60" width="120" x="200" y="80" as="geometry" />
        </mxCell>
        <mxCell id="b8iQl_XISdQ6rZ6kNcMQ-6" parent="1" style="whiteSpace=wrap;html=1;rounded=1;" value="create session" vertex="1">
          <mxGeometry height="60" width="120" x="200" y="200" as="geometry" />
        </mxCell>
        <mxCell id="b8iQl_XISdQ6rZ6kNcMQ-8" parent="1" style="rounded=1;whiteSpace=wrap;html=1;fillColor=#fff2cc;strokeColor=#d6b656;" value="firebase" vertex="1">
          <mxGeometry height="40" width="80" x="300" y="190" as="geometry" />
        </mxCell>
        <mxCell id="b8iQl_XISdQ6rZ6kNcMQ-9" parent="1" style="rounded=1;whiteSpace=wrap;html=1;fillColor=#fff2cc;strokeColor=#d6b656;" value="kite" vertex="1">
          <mxGeometry height="40" width="80" x="80" y="50" as="geometry" />
        </mxCell>
        <mxCell id="b8iQl_XISdQ6rZ6kNcMQ-10" parent="1" style="rounded=1;whiteSpace=wrap;html=1;fillColor=#fff2cc;strokeColor=#d6b656;" value="firebase" vertex="1">
          <mxGeometry height="40" width="80" x="290" y="60" as="geometry" />
        </mxCell>
      </root>
    </mxGraphModel>
  </diagram>
  <diagram id="4KjMPYYtLXdBkkJX1B08" name="Auth">
    <mxGraphModel dx="1276" dy="835" grid="0" gridSize="10" guides="1" tooltips="1" connect="1" arrows="1" fold="1" page="0" pageScale="1" pageWidth="402" pageHeight="874" math="0" shadow="0">
      <root>
        <mxCell id="0" />
        <mxCell id="1" parent="0" />
        <mxCell id="pPH6oVQiPgVcm9OUePWL-3" edge="1" parent="1" source="pPH6oVQiPgVcm9OUePWL-1" style="edgeStyle=orthogonalEdgeStyle;rounded=0;orthogonalLoop=1;jettySize=auto;html=1;" target="pPH6oVQiPgVcm9OUePWL-2" value="">
          <mxGeometry relative="1" as="geometry" />
        </mxCell>
        <mxCell id="pPH6oVQiPgVcm9OUePWL-1" parent="1" style="rounded=1;whiteSpace=wrap;html=1;" value="User clicks &quot;Login&quot; Button" vertex="1">
          <mxGeometry height="60" width="120" x="23" y="101" as="geometry" />
        </mxCell>
        <mxCell id="pPH6oVQiPgVcm9OUePWL-5" edge="1" parent="1" source="pPH6oVQiPgVcm9OUePWL-2" style="edgeStyle=orthogonalEdgeStyle;rounded=0;orthogonalLoop=1;jettySize=auto;html=1;" target="pPH6oVQiPgVcm9OUePWL-4" value="">
          <mxGeometry relative="1" as="geometry" />
        </mxCell>
        <mxCell id="pPH6oVQiPgVcm9OUePWL-2" parent="1" style="whiteSpace=wrap;html=1;rounded=1;" value="Open the Login URL" vertex="1">
          <mxGeometry height="60" width="120" x="223" y="101" as="geometry" />
        </mxCell>
        <mxCell id="pPH6oVQiPgVcm9OUePWL-7" edge="1" parent="1" source="pPH6oVQiPgVcm9OUePWL-4" style="edgeStyle=orthogonalEdgeStyle;rounded=0;orthogonalLoop=1;jettySize=auto;html=1;" target="pPH6oVQiPgVcm9OUePWL-6" value="">
          <mxGeometry relative="1" as="geometry" />
        </mxCell>
        <mxCell id="pPH6oVQiPgVcm9OUePWL-4" parent="1" style="whiteSpace=wrap;html=1;rounded=1;" value="User logins to Zerodha" vertex="1">
          <mxGeometry height="60" width="120" x="423" y="101" as="geometry" />
        </mxCell>
        <mxCell id="pPH6oVQiPgVcm9OUePWL-9" edge="1" parent="1" source="pPH6oVQiPgVcm9OUePWL-6" style="edgeStyle=orthogonalEdgeStyle;rounded=0;orthogonalLoop=1;jettySize=auto;html=1;" target="pPH6oVQiPgVcm9OUePWL-8" value="">
          <mxGeometry relative="1" as="geometry" />
        </mxCell>
        <mxCell id="pPH6oVQiPgVcm9OUePWL-6" parent="1" style="whiteSpace=wrap;html=1;rounded=1;" value="Redirected to callback URL with request_token&lt;br&gt;&lt;b&gt;http://localhost:3000/api/auth/kite/callback&lt;/b&gt;" vertex="1">
          <mxGeometry height="60" width="262" x="352" y="244" as="geometry" />
        </mxCell>
        <mxCell id="pPH6oVQiPgVcm9OUePWL-13" edge="1" parent="1" source="pPH6oVQiPgVcm9OUePWL-8" style="edgeStyle=orthogonalEdgeStyle;rounded=0;orthogonalLoop=1;jettySize=auto;html=1;" target="pPH6oVQiPgVcm9OUePWL-12" value="">
          <mxGeometry relative="1" as="geometry" />
        </mxCell>
        <mxCell id="pPH6oVQiPgVcm9OUePWL-8" parent="1" style="whiteSpace=wrap;html=1;rounded=1;" value="In loader for this route, generate the session" vertex="1">
          <mxGeometry height="60" width="120" x="17" y="244" as="geometry" />
        </mxCell>
        <mxCell id="pPH6oVQiPgVcm9OUePWL-15" edge="1" parent="1" source="pPH6oVQiPgVcm9OUePWL-12" style="edgeStyle=orthogonalEdgeStyle;rounded=0;orthogonalLoop=1;jettySize=auto;html=1;" target="pPH6oVQiPgVcm9OUePWL-14" value="">
          <mxGeometry relative="1" as="geometry" />
        </mxCell>
        <mxCell id="pPH6oVQiPgVcm9OUePWL-12" parent="1" style="whiteSpace=wrap;html=1;rounded=1;" value="Serialize and save the access token in cookie" vertex="1">
          <mxGeometry height="60" width="120" x="17" y="384" as="geometry" />
        </mxCell>
        <mxCell id="pPH6oVQiPgVcm9OUePWL-17" edge="1" parent="1" source="pPH6oVQiPgVcm9OUePWL-14" style="edgeStyle=orthogonalEdgeStyle;rounded=0;orthogonalLoop=1;jettySize=auto;html=1;" target="pPH6oVQiPgVcm9OUePWL-16" value="">
          <mxGeometry relative="1" as="geometry" />
        </mxCell>
        <mxCell id="pPH6oVQiPgVcm9OUePWL-14" parent="1" style="whiteSpace=wrap;html=1;rounded=1;" value="redirect to /dashboard" vertex="1">
          <mxGeometry height="60" width="120" x="217" y="384" as="geometry" />
        </mxCell>
        <mxCell id="pPH6oVQiPgVcm9OUePWL-19" edge="1" parent="1" source="pPH6oVQiPgVcm9OUePWL-16" style="edgeStyle=orthogonalEdgeStyle;rounded=0;orthogonalLoop=1;jettySize=auto;html=1;" target="pPH6oVQiPgVcm9OUePWL-18" value="">
          <mxGeometry relative="1" as="geometry" />
        </mxCell>
        <mxCell id="pPH6oVQiPgVcm9OUePWL-16" parent="1" style="whiteSpace=wrap;html=1;rounded=1;" value="in dashboard loader, get the access token from the cookie and send it to client" vertex="1">
          <mxGeometry height="60" width="120" x="417" y="384" as="geometry" />
        </mxCell>
        <mxCell id="pPH6oVQiPgVcm9OUePWL-21" edge="1" parent="1" source="pPH6oVQiPgVcm9OUePWL-18" style="edgeStyle=orthogonalEdgeStyle;rounded=0;orthogonalLoop=1;jettySize=auto;html=1;" target="pPH6oVQiPgVcm9OUePWL-20" value="">
          <mxGeometry relative="1" as="geometry" />
        </mxCell>
        <mxCell id="pPH6oVQiPgVcm9OUePWL-18" parent="1" style="whiteSpace=wrap;html=1;rounded=1;" value="front-end creates the kc client with api_key and access_token.&amp;nbsp;&amp;nbsp;" vertex="1">
          <mxGeometry height="60" width="120" x="617" y="384" as="geometry" />
        </mxCell>
        <mxCell id="pPH6oVQiPgVcm9OUePWL-20" parent="1" style="whiteSpace=wrap;html=1;rounded=1;" value="use kc client for calling Kite APIs" vertex="1">
          <mxGeometry height="60" width="120" x="617" y="524" as="geometry" />
        </mxCell>
      </root>
    </mxGraphModel>
  </diagram>
  <diagram name="UI/UX" id="5MV4RERJIjpIYta4IkZD">
    <mxGraphModel dx="3134" dy="2189" grid="0" gridSize="10" guides="1" tooltips="1" connect="1" arrows="1" fold="1" page="0" pageScale="1" pageWidth="402" pageHeight="874" background="#ffffff" math="0" shadow="0">
      <root>
        <mxCell id="0" />
        <mxCell id="1" parent="0" />
        <mxCell id="ExlUUjPYo0Ii6ma58Pc_-14" parent="1" style="rounded=1;whiteSpace=wrap;html=1;" value="" vertex="1">
          <mxGeometry height="321" width="1097" x="-296" y="-20" as="geometry" />
        </mxCell>
        <mxCell id="ExlUUjPYo0Ii6ma58Pc_-13" parent="1" style="rounded=1;whiteSpace=wrap;html=1;" value="" vertex="1">
          <mxGeometry height="321" width="1097" x="-287" y="732" as="geometry" />
        </mxCell>
        <mxCell id="iMmVTYed4h1aN_pzg3ix-1" parent="1" style="text;html=1;whiteSpace=wrap;strokeColor=none;fillColor=none;align=center;verticalAlign=middle;rounded=0;fontStyle=1;fontSize=48;fontColor=light-dark(#7a7978, #ededed);" value="Net Qty." vertex="1">
          <mxGeometry height="59" width="60" x="-120" y="72" as="geometry" />
        </mxCell>
        <mxCell id="iMmVTYed4h1aN_pzg3ix-2" parent="1" style="text;html=1;whiteSpace=wrap;strokeColor=none;fillColor=none;align=center;verticalAlign=middle;rounded=0;fontStyle=1;fontSize=48;fontColor=light-dark(#7a7978, #ededed);" value="AVG. PRICE" vertex="1">
          <mxGeometry height="59" width="60" x="149" y="61" as="geometry" />
        </mxCell>
        <mxCell id="iMmVTYed4h1aN_pzg3ix-3" parent="1" style="text;html=1;whiteSpace=wrap;strokeColor=none;fillColor=none;align=center;verticalAlign=middle;rounded=0;fontStyle=1;fontSize=48;fontColor=light-dark(#7a7978, #ededed);" value="LTP" vertex="1">
          <mxGeometry height="59" width="60" x="418" y="61" as="geometry" />
        </mxCell>
        <mxCell id="iMmVTYed4h1aN_pzg3ix-4" parent="1" style="text;html=1;whiteSpace=wrap;strokeColor=none;fillColor=none;align=center;verticalAlign=middle;rounded=0;fontStyle=1;fontSize=48;fontColor=light-dark(#7a7978, #ededed);" value="PnL" vertex="1">
          <mxGeometry height="59" width="60" x="687" y="61" as="geometry" />
        </mxCell>
        <mxCell id="iMmVTYed4h1aN_pzg3ix-5" parent="1" style="text;html=1;whiteSpace=wrap;strokeColor=none;fillColor=none;align=center;verticalAlign=middle;rounded=0;fontSize=36;fontStyle=1" value="100" vertex="1">
          <mxGeometry height="30" width="60" x="-120" y="211" as="geometry" />
        </mxCell>
        <mxCell id="iMmVTYed4h1aN_pzg3ix-6" parent="1" style="text;html=1;whiteSpace=wrap;strokeColor=none;fillColor=none;align=center;verticalAlign=middle;rounded=0;fontSize=36;fontStyle=1" value="36.40" vertex="1">
          <mxGeometry height="30" width="60" x="149" y="211" as="geometry" />
        </mxCell>
        <mxCell id="iMmVTYed4h1aN_pzg3ix-7" parent="1" style="text;html=1;whiteSpace=wrap;strokeColor=none;fillColor=none;align=center;verticalAlign=middle;rounded=0;fontSize=36;fontStyle=1" value="37.45" vertex="1">
          <mxGeometry height="30" width="60" x="418" y="211" as="geometry" />
        </mxCell>
        <mxCell id="iMmVTYed4h1aN_pzg3ix-8" parent="1" style="text;html=1;whiteSpace=wrap;strokeColor=none;fillColor=none;align=center;verticalAlign=middle;rounded=0;fontSize=36;fontStyle=1" value="100" vertex="1">
          <mxGeometry height="30" width="60" x="687" y="211" as="geometry" />
        </mxCell>
        <mxCell id="7si3vGMUa6yKKs87A3T9-2" edge="1" parent="1" source="7si3vGMUa6yKKs87A3T9-1" style="edgeStyle=orthogonalEdgeStyle;rounded=0;orthogonalLoop=1;jettySize=auto;html=1;exitX=0.5;exitY=0;exitDx=0;exitDy=0;entryX=0;entryY=0.5;entryDx=0;entryDy=0;" target="iMmVTYed4h1aN_pzg3ix-5">
          <mxGeometry relative="1" as="geometry">
            <Array as="points">
              <mxPoint x="-283" y="227" />
              <mxPoint x="-139" y="227" />
            </Array>
            <mxPoint x="-139.09090909090924" y="259.27272727272725" as="targetPoint" />
          </mxGeometry>
        </mxCell>
        <mxCell id="7si3vGMUa6yKKs87A3T9-1" parent="1" style="text;html=1;whiteSpace=wrap;strokeColor=none;fillColor=none;align=center;verticalAlign=middle;rounded=0;fontStyle=1" value="Red color if negative, blue color if positive" vertex="1">
          <mxGeometry height="70" width="129" x="-347" y="453" as="geometry" />
        </mxCell>
        <mxCell id="7si3vGMUa6yKKs87A3T9-4" edge="1" parent="1" source="7si3vGMUa6yKKs87A3T9-3" style="edgeStyle=orthogonalEdgeStyle;rounded=0;orthogonalLoop=1;jettySize=auto;html=1;entryX=0.5;entryY=1;entryDx=0;entryDy=0;" target="iMmVTYed4h1aN_pzg3ix-8">
          <mxGeometry relative="1" as="geometry" />
        </mxCell>
        <mxCell id="7si3vGMUa6yKKs87A3T9-3" parent="1" style="text;html=1;whiteSpace=wrap;strokeColor=none;fillColor=none;align=center;verticalAlign=middle;rounded=0;fontStyle=1" value="Red color if negative, blue color if positive" vertex="1">
          <mxGeometry height="70" width="129" x="681" y="398" as="geometry" />
        </mxCell>
        <mxCell id="7si3vGMUa6yKKs87A3T9-5" parent="1" style="text;html=1;whiteSpace=wrap;strokeColor=none;fillColor=none;align=center;verticalAlign=middle;rounded=0;" value="Will receive the following props:&lt;br&gt;netQuantity: number;&lt;br&gt;&lt;div&gt;averagePrice: number&lt;/div&gt;&lt;div&gt;ltp: number;&lt;/div&gt;" vertex="1">
          <mxGeometry height="101" width="203" x="-25" y="355" as="geometry" />
        </mxCell>
        <mxCell id="7si3vGMUa6yKKs87A3T9-6" parent="1" style="text;html=1;whiteSpace=wrap;strokeColor=none;fillColor=none;align=center;verticalAlign=middle;rounded=0;" value="PnL needs to be calculated by the component" vertex="1">
          <mxGeometry height="101" width="203" x="-21" y="482" as="geometry" />
        </mxCell>
        <mxCell id="7si3vGMUa6yKKs87A3T9-7" parent="1" style="text;html=1;whiteSpace=wrap;strokeColor=none;fillColor=none;align=center;verticalAlign=middle;rounded=0;fontStyle=1;fontSize=48;fontColor=light-dark(#7a7978, #ededed);" value="Net Qty." vertex="1">
          <mxGeometry height="59" width="60" x="-186" y="816" as="geometry" />
        </mxCell>
        <mxCell id="7si3vGMUa6yKKs87A3T9-8" parent="1" style="text;html=1;whiteSpace=wrap;strokeColor=none;fillColor=none;align=center;verticalAlign=middle;rounded=0;fontStyle=1;fontSize=48;fontColor=light-dark(#7a7978, #ededed);" value="AVG. PRICE" vertex="1">
          <mxGeometry height="59" width="60" x="83" y="805" as="geometry" />
        </mxCell>
        <mxCell id="7si3vGMUa6yKKs87A3T9-9" parent="1" style="text;html=1;whiteSpace=wrap;strokeColor=none;fillColor=none;align=center;verticalAlign=middle;rounded=0;fontStyle=1;fontSize=48;fontColor=light-dark(#7a7978, #ededed);" value="LTP" vertex="1">
          <mxGeometry height="59" width="60" x="352" y="805" as="geometry" />
        </mxCell>
        <mxCell id="7si3vGMUa6yKKs87A3T9-10" parent="1" style="text;html=1;whiteSpace=wrap;strokeColor=none;fillColor=none;align=center;verticalAlign=middle;rounded=0;fontStyle=1;fontSize=48;fontColor=light-dark(#7a7978, #ededed);" value="PnL" vertex="1">
          <mxGeometry height="59" width="60" x="621" y="805" as="geometry" />
        </mxCell>
        <mxCell id="7si3vGMUa6yKKs87A3T9-11" parent="1" style="text;html=1;whiteSpace=wrap;strokeColor=none;fillColor=none;align=center;verticalAlign=middle;rounded=0;fontSize=18;fontStyle=1" value="{props.netQuantity}" vertex="1">
          <mxGeometry height="30" width="60" x="-186" y="955" as="geometry" />
        </mxCell>
        <mxCell id="7si3vGMUa6yKKs87A3T9-12" parent="1" style="text;html=1;whiteSpace=wrap;strokeColor=none;fillColor=none;align=center;verticalAlign=middle;rounded=0;fontSize=18;fontStyle=1" value="&lt;div&gt;{props.averagePrice}&lt;/div&gt;" vertex="1">
          <mxGeometry height="30" width="60" x="83" y="955" as="geometry" />
        </mxCell>
        <mxCell id="7si3vGMUa6yKKs87A3T9-13" parent="1" style="text;html=1;whiteSpace=wrap;strokeColor=none;fillColor=none;align=center;verticalAlign=middle;rounded=0;fontSize=18;fontStyle=1" value="{props.ltp}" vertex="1">
          <mxGeometry height="30" width="60" x="352" y="955" as="geometry" />
        </mxCell>
        <mxCell id="7si3vGMUa6yKKs87A3T9-14" parent="1" style="text;html=1;whiteSpace=wrap;strokeColor=none;fillColor=none;align=center;verticalAlign=middle;rounded=0;fontSize=18;fontStyle=1" value="{pnl}" vertex="1">
          <mxGeometry height="30" width="60" x="621" y="955" as="geometry" />
        </mxCell>
        <mxCell id="ExlUUjPYo0Ii6ma58Pc_-1" parent="1" style="rounded=1;whiteSpace=wrap;html=1;" value="" vertex="1">
          <mxGeometry height="321" width="1253" x="-202" y="1234" as="geometry" />
        </mxCell>
        <mxCell id="ExlUUjPYo0Ii6ma58Pc_-2" parent="1" style="text;html=1;whiteSpace=wrap;strokeColor=none;fillColor=none;align=center;verticalAlign=middle;rounded=0;fontStyle=1;fontSize=48;fontColor=light-dark(#7a7978, #ededed);" value="Total Margin" vertex="1">
          <mxGeometry height="59" width="168" x="-154" y="1292" as="geometry" />
        </mxCell>
        <mxCell id="ExlUUjPYo0Ii6ma58Pc_-3" parent="1" style="text;html=1;whiteSpace=wrap;strokeColor=none;fillColor=none;align=center;verticalAlign=middle;rounded=0;fontStyle=1;fontSize=48;fontColor=light-dark(#7a7978, #ededed);" value="Utilized Margin" vertex="1">
          <mxGeometry height="59" width="168" x="330" y="1295" as="geometry" />
        </mxCell>
        <mxCell id="ExlUUjPYo0Ii6ma58Pc_-4" parent="1" style="text;html=1;whiteSpace=wrap;strokeColor=none;fillColor=none;align=center;verticalAlign=middle;rounded=0;fontStyle=1;fontSize=48;fontColor=light-dark(#7a7978, #ededed);" value="Net Margin" vertex="1">
          <mxGeometry height="59" width="168" x="813" y="1289" as="geometry" />
        </mxCell>
        <mxCell id="ExlUUjPYo0Ii6ma58Pc_-5" parent="1" style="text;html=1;whiteSpace=wrap;strokeColor=none;fillColor=none;align=center;verticalAlign=middle;rounded=0;fontSize=42;" value="₹2000" vertex="1">
          <mxGeometry height="30" width="60" x="-100" y="1412" as="geometry" />
        </mxCell>
        <mxCell id="ExlUUjPYo0Ii6ma58Pc_-7" parent="1" style="text;html=1;whiteSpace=wrap;strokeColor=none;fillColor=none;align=center;verticalAlign=middle;rounded=0;fontSize=42;" value="₹200" vertex="1">
          <mxGeometry height="30" width="60" x="384" y="1412" as="geometry" />
        </mxCell>
        <mxCell id="ExlUUjPYo0Ii6ma58Pc_-8" parent="1" style="text;html=1;whiteSpace=wrap;strokeColor=none;fillColor=none;align=center;verticalAlign=middle;rounded=0;fontSize=42;" value="₹1800" vertex="1">
          <mxGeometry height="30" width="60" x="867" y="1412" as="geometry" />
        </mxCell>
        <mxCell id="ExlUUjPYo0Ii6ma58Pc_-9" parent="1" style="html=1;shadow=0;dashed=0;shape=mxgraph.bootstrap.rrect;rSize=5;fillColor=#E9ECEF;strokeColor=none;" value="" vertex="1">
          <mxGeometry height="20" width="800" x="24.5" y="1507" as="geometry" />
        </mxCell>
        <mxCell id="ExlUUjPYo0Ii6ma58Pc_-10" parent="ExlUUjPYo0Ii6ma58Pc_-9" style="html=1;shadow=0;dashed=0;shape=mxgraph.bootstrap.leftButton;rSize=5;fillColor=#1CA5B8;strokeColor=none;resizeHeight=1;" value="" vertex="1">
          <mxGeometry height="20" relative="1" width="250" as="geometry" />
        </mxCell>
        <mxCell id="ExlUUjPYo0Ii6ma58Pc_-11" parent="1" style="text;html=1;whiteSpace=wrap;strokeColor=none;fillColor=none;align=center;verticalAlign=middle;rounded=0;fontSize=24;" value="The max value on the progress bar is the total margin and the filled in part is the utilized margin" vertex="1">
          <mxGeometry height="92" width="269" x="175" y="1620" as="geometry" />
        </mxCell>
        <mxCell id="ExlUUjPYo0Ii6ma58Pc_-12" edge="1" parent="1" source="ExlUUjPYo0Ii6ma58Pc_-11" style="edgeStyle=orthogonalEdgeStyle;rounded=0;orthogonalLoop=1;jettySize=auto;html=1;exitX=0.5;exitY=0;exitDx=0;exitDy=0;entryX=0.412;entryY=0.999;entryDx=0;entryDy=0;entryPerimeter=0;" target="ExlUUjPYo0Ii6ma58Pc_-1">
          <mxGeometry relative="1" as="geometry" />
        </mxCell>
      </root>
    </mxGraphModel>
  </diagram>
  <diagram id="dmkDPsUycKQvBsQ4H3Di" name="Kite-Fly-Ticker-Architecture">
    <mxGraphModel dx="1357" dy="626" grid="0" gridSize="10" guides="1" tooltips="1" connect="1" arrows="1" fold="1" page="0" pageScale="1" pageWidth="402" pageHeight="874" math="0" shadow="0">
      <root>
        <mxCell id="0" />
        <mxCell id="1" parent="0" />
        <mxCell id="FDZGNOtkY16CQce4NqAR-3" edge="1" parent="1" source="FDZGNOtkY16CQce4NqAR-1" style="edgeStyle=orthogonalEdgeStyle;rounded=0;orthogonalLoop=1;jettySize=auto;html=1;" target="FDZGNOtkY16CQce4NqAR-2" value="">
          <mxGeometry relative="1" as="geometry" />
        </mxCell>
        <mxCell id="FDZGNOtkY16CQce4NqAR-1" parent="1" style="rounded=1;whiteSpace=wrap;html=1;" value="Client posts a request - for example:&lt;br&gt;&lt;div&gt;&lt;br&gt;&lt;/div&gt;&lt;br&gt;&lt;div&gt;fetch(&quot;http://localhost:3000/api/ltp&quot;, () =&amp;gt; {&lt;/div&gt;&lt;div&gt;method: &quot;POST&quot;,&lt;/div&gt;&lt;div&gt;body: JSON.stringify({&lt;/div&gt;&lt;div&gt;instrument: &quot;WIPRO&quot;,&lt;br&gt;ltp: 128.10&lt;/div&gt;&lt;div&gt;})&lt;/div&gt;&lt;div&gt;})&lt;br&gt;&lt;br&gt;The call is made from another site - for ex. https://kite.zerodha.com&lt;/div&gt;" vertex="1">
          <mxGeometry height="236" width="345" x="-33" y="45" as="geometry" />
        </mxCell>
        <mxCell id="FDZGNOtkY16CQce4NqAR-5" edge="1" parent="1" source="FDZGNOtkY16CQce4NqAR-2" style="edgeStyle=orthogonalEdgeStyle;rounded=0;orthogonalLoop=1;jettySize=auto;html=1;" target="FDZGNOtkY16CQce4NqAR-4" value="">
          <mxGeometry relative="1" as="geometry" />
        </mxCell>
        <mxCell id="FDZGNOtkY16CQce4NqAR-2" parent="1" style="whiteSpace=wrap;html=1;rounded=1;" value="SERVER" vertex="1">
          <mxGeometry height="60" width="120" x="504.5" y="98.5" as="geometry" />
        </mxCell>
        <mxCell id="FDZGNOtkY16CQce4NqAR-8" edge="1" parent="1" source="FDZGNOtkY16CQce4NqAR-4" style="edgeStyle=orthogonalEdgeStyle;rounded=0;orthogonalLoop=1;jettySize=auto;html=1;exitX=0.75;exitY=1;exitDx=0;exitDy=0;entryX=1;entryY=0.75;entryDx=0;entryDy=0;" target="FDZGNOtkY16CQce4NqAR-6">
          <mxGeometry relative="1" as="geometry" />
        </mxCell>
        <mxCell id="FDZGNOtkY16CQce4NqAR-4" parent="1" style="whiteSpace=wrap;html=1;rounded=1;" value="Websocket" vertex="1">
          <mxGeometry height="60" width="120" x="504.5" y="265" as="geometry" />
        </mxCell>
        <mxCell id="FDZGNOtkY16CQce4NqAR-7" edge="1" parent="1" source="FDZGNOtkY16CQce4NqAR-6" style="edgeStyle=orthogonalEdgeStyle;rounded=0;orthogonalLoop=1;jettySize=auto;html=1;entryX=0.5;entryY=1;entryDx=0;entryDy=0;" target="FDZGNOtkY16CQce4NqAR-4">
          <mxGeometry relative="1" as="geometry" />
        </mxCell>
        <mxCell id="FDZGNOtkY16CQce4NqAR-6" parent="1" style="rounded=1;whiteSpace=wrap;html=1;" value="On another client,&lt;div&gt;new Websocket()&lt;/div&gt;// receive the data which is sent from /api/ltp" vertex="1">
          <mxGeometry height="167" width="345" x="1" y="392" as="geometry" />
        </mxCell>
      </root>
    </mxGraphModel>
  </diagram>
</mxfile>
